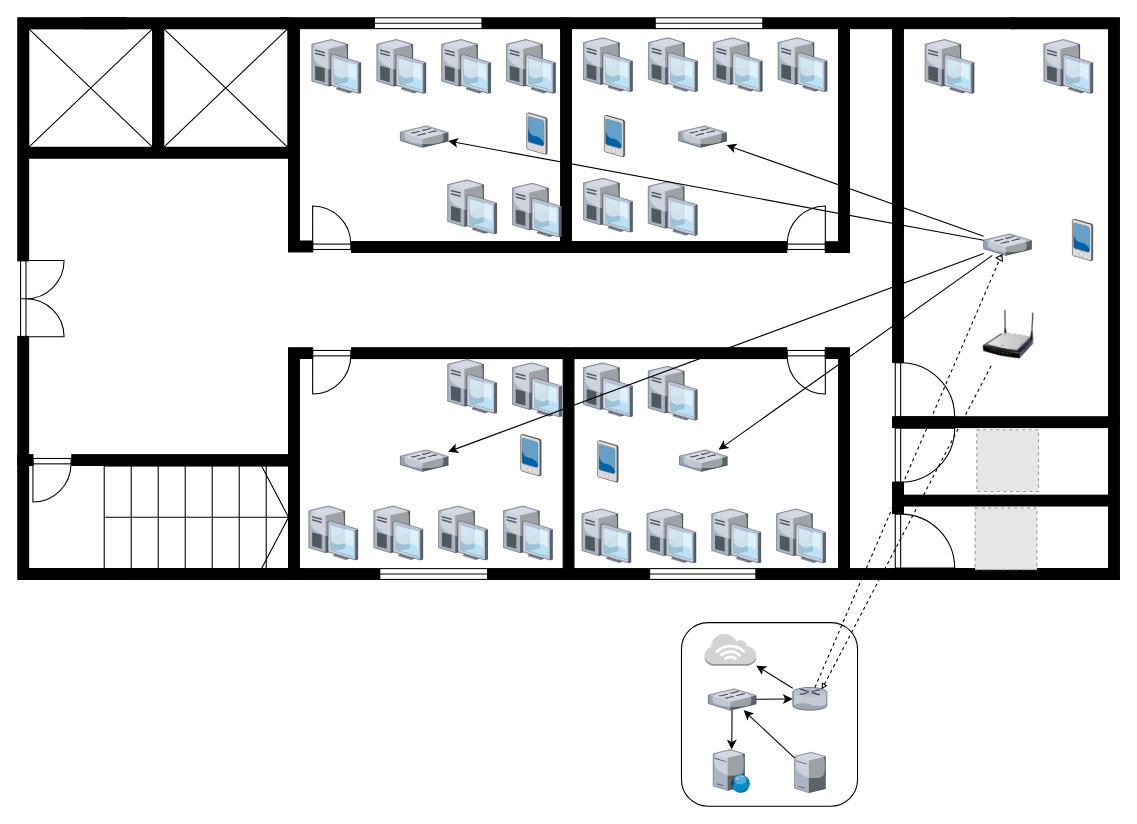
This is page "Page-1" (1 of 6) of Biểu đồ không có tiêu đề.drawio from thdngh/jdz, a draw.io file, before an edit. Source tidied: cells renumbered, new cells numbered last; positions are measured from the earlier drawing's top-left corner, leaving out a move shared by most shapes. Both pictures are drawn from the tidied source at 108%, with x=0, y=0 at pixel (2, 17). Pictures stored in the file or linked from it are replaced by grey dashed boxes.
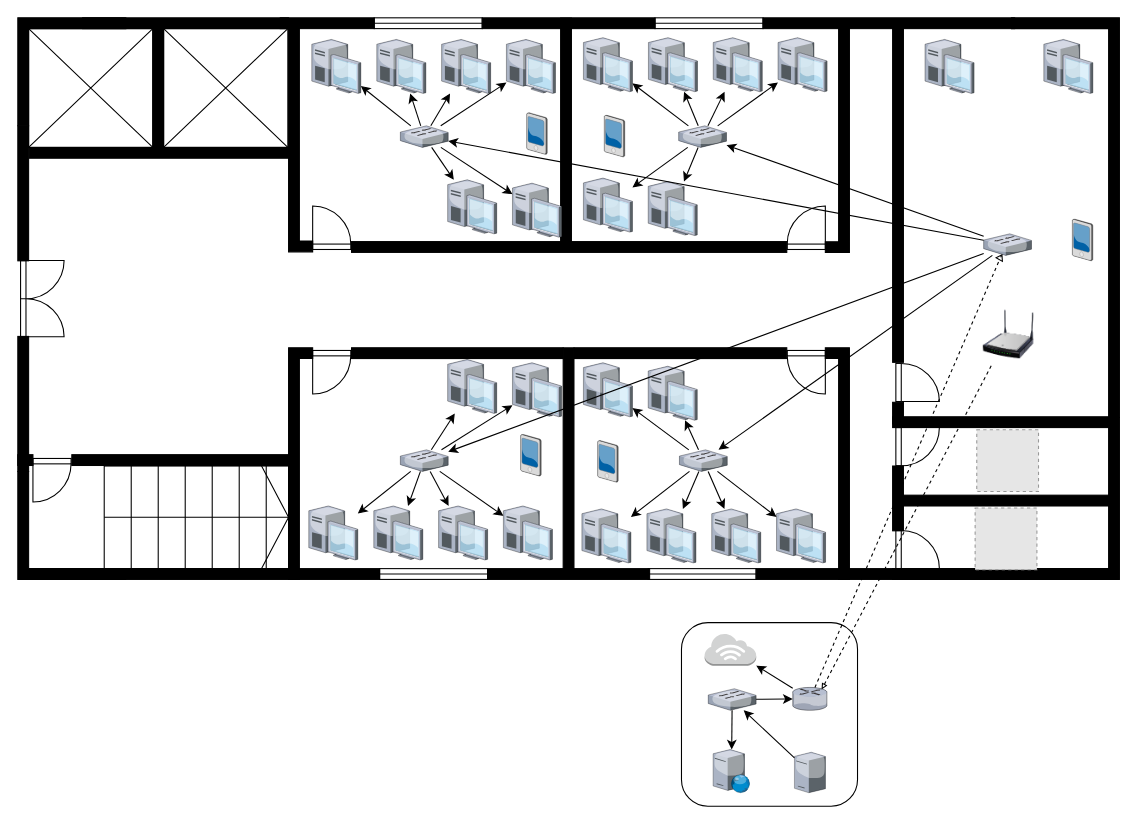
The same diagram, later.

Diff of the diagram source:
```diff
@@
-    <mxCell id="38" style="verticalLabelPosition=bottom;html=1;verticalAlign=top;align=center;shape=mxgraph.floorplan.doorRight;fillColor=none;rotation=-90;" parent="1" vertex="1">
-      <mxGeometry x="828" y="378.4" width="50" height="53.1" as="geometry" />
-    </mxCell>
-    <mxCell id="39" style="verticalLabelPosition=bottom;html=1;verticalAlign=top;align=center;shape=mxgraph.floorplan.doorRight;fillColor=none;rotation=-90;flipV=0;flipH=1;" parent="1" vertex="1">
-      <mxGeometry x="828" y="458" width="50" height="53.1" as="geometry" />
-    </mxCell>
-    <mxCell id="40" style="verticalLabelPosition=bottom;html=1;verticalAlign=top;align=center;shape=mxgraph.floorplan.wall;fillColor=strokeColor;direction=south;" parent="1" vertex="1">
-      <mxGeometry x="824" y="430" width="10" height="29" as="geometry" />
-    </mxCell>
-    <mxCell id="41" style="verticalLabelPosition=bottom;html=1;verticalAlign=top;align=center;shape=mxgraph.floorplan.doorRight;fillColor=none;rotation=-90;flipV=0;flipH=1;" parent="1" vertex="1">
-      <mxGeometry x="828" y="317.9" width="50" height="53.1" as="geometry" />
-    </mxCell>
@@
+    <mxCell id="107" style="verticalLabelPosition=bottom;html=1;verticalAlign=top;align=center;shape=mxgraph.floorplan.wall;fillColor=strokeColor;direction=south;" parent="1" vertex="1">
+      <mxGeometry x="824" y="415" width="10" height="60" as="geometry" />
+    </mxCell>
+    <mxCell id="108" style="verticalLabelPosition=bottom;html=1;verticalAlign=top;align=center;shape=mxgraph.floorplan.doorLeft;fillColor=none;flipH=1;direction=south;" parent="1" vertex="1">
+      <mxGeometry x="827" y="379.4" width="37.5" height="35.3" as="geometry" />
+    </mxCell>
+    <mxCell id="109" style="verticalLabelPosition=bottom;html=1;verticalAlign=top;align=center;shape=mxgraph.floorplan.doorLeft;fillColor=none;flipH=1;direction=south;flipV=1;" parent="1" vertex="1">
+      <mxGeometry x="827" y="474.7" width="37.5" height="35.3" as="geometry" />
+    </mxCell>
+    <mxCell id="110" style="verticalLabelPosition=bottom;html=1;verticalAlign=top;align=center;shape=mxgraph.floorplan.doorLeft;fillColor=none;flipH=1;direction=south;flipV=1;" parent="1" vertex="1">
+      <mxGeometry x="827" y="320" width="37.5" height="35.3" as="geometry" />
+    </mxCell>
+    <mxCell id="111" style="verticalLabelPosition=bottom;html=1;verticalAlign=top;align=center;shape=mxgraph.floorplan.wall;fillColor=strokeColor;direction=south;" parent="1" vertex="1">
+      <mxGeometry x="824" y="356" width="10" height="20" as="geometry" />
+    </mxCell>
+    <mxCell id="112" style="endArrow=classic;html=1;rounded=0;" parent="1" edge="1">
+      <mxGeometry relative="1" as="geometry">
+        <mxPoint x="377.9" y="100" as="sourcePoint" />
+        <mxPoint x="331.6" y="63.1" as="targetPoint" />
+      </mxGeometry>
+    </mxCell>
+    <mxCell id="113" style="endArrow=classic;html=1;rounded=0;" parent="1" edge="1">
+      <mxGeometry relative="1" as="geometry">
+        <mxPoint x="387.1" y="100" as="sourcePoint" />
+        <mxPoint x="377.3" y="70" as="targetPoint" />
+      </mxGeometry>
+    </mxCell>
+    <mxCell id="114" style="endArrow=classic;html=1;rounded=0;" parent="1" edge="1">
+      <mxGeometry relative="1" as="geometry">
+        <mxPoint x="396.4" y="100" as="sourcePoint" />
+        <mxPoint x="414.2" y="70" as="targetPoint" />
+      </mxGeometry>
+    </mxCell>
+    <mxCell id="115" style="endArrow=classic;html=1;rounded=0;" parent="1" edge="1">
+      <mxGeometry relative="1" as="geometry">
+        <mxPoint x="405.6" y="100" as="sourcePoint" />
+        <mxPoint x="466.4" y="60" as="targetPoint" />
+      </mxGeometry>
+    </mxCell>
+    <mxCell id="116" style="endArrow=classic;html=1;rounded=0;" parent="1" edge="1">
+      <mxGeometry relative="1" as="geometry">
+        <mxPoint x="405.7" y="120" as="sourcePoint" />
+        <mxPoint x="472" y="163.3" as="targetPoint" />
+      </mxGeometry>
+    </mxCell>
+    <mxCell id="117" style="endArrow=classic;html=1;rounded=0;" parent="1" edge="1">
+      <mxGeometry relative="1" as="geometry">
+        <mxPoint x="397.2" y="120" as="sourcePoint" />
+        <mxPoint x="417.7" y="150" as="targetPoint" />
+      </mxGeometry>
+    </mxCell>
+    <mxCell id="118" style="endArrow=classic;html=1;rounded=0;" parent="1" edge="1">
+      <mxGeometry relative="1" as="geometry">
+        <mxPoint x="634.9" y="100" as="sourcePoint" />
+        <mxPoint x="583.1" y="60.7" as="targetPoint" />
+      </mxGeometry>
+    </mxCell>
+    <mxCell id="119" style="endArrow=classic;html=1;rounded=0;" parent="1" edge="1">
+      <mxGeometry relative="1" as="geometry">
+        <mxPoint x="644" y="100" as="sourcePoint" />
+        <mxPoint x="630.9" y="68.4" as="targetPoint" />
+      </mxGeometry>
+    </mxCell>
+    <mxCell id="120" style="endArrow=classic;html=1;rounded=0;" parent="1" edge="1">
+      <mxGeometry relative="1" as="geometry">
+        <mxPoint x="634.3" y="120" as="sourcePoint" />
+        <mxPoint x="583.1" y="157" as="targetPoint" />
+      </mxGeometry>
+    </mxCell>
+    <mxCell id="121" style="endArrow=classic;html=1;rounded=0;" parent="1" edge="1">
+      <mxGeometry relative="1" as="geometry">
+        <mxPoint x="653" y="100" as="sourcePoint" />
+        <mxPoint x="668.4" y="68.4" as="targetPoint" />
+      </mxGeometry>
+    </mxCell>
+    <mxCell id="122" style="endArrow=classic;html=1;rounded=0;" parent="1" edge="1">
+      <mxGeometry relative="1" as="geometry">
+        <mxPoint x="662" y="100" as="sourcePoint" />
+        <mxPoint x="717.9" y="59.8" as="targetPoint" />
+      </mxGeometry>
+    </mxCell>
+    <mxCell id="123" style="endArrow=classic;html=1;rounded=0;" parent="1" edge="1">
+      <mxGeometry relative="1" as="geometry">
+        <mxPoint x="643.9" y="120" as="sourcePoint" />
+        <mxPoint x="630.8" y="151.6" as="targetPoint" />
+      </mxGeometry>
+    </mxCell>
+    <mxCell id="124" style="endArrow=classic;html=1;rounded=0;" parent="1" edge="1">
+      <mxGeometry relative="1" as="geometry">
+        <mxPoint x="396.9" y="400" as="sourcePoint" />
+        <mxPoint x="418.6" y="366.3" as="targetPoint" />
+      </mxGeometry>
+    </mxCell>
+    <mxCell id="125" style="endArrow=classic;html=1;rounded=0;" parent="1" edge="1">
+      <mxGeometry relative="1" as="geometry">
+        <mxPoint x="406.3" y="400" as="sourcePoint" />
+        <mxPoint x="472" y="358.7" as="targetPoint" />
+      </mxGeometry>
+    </mxCell>
+    <mxCell id="126" style="endArrow=classic;html=1;rounded=0;" parent="1" edge="1">
+      <mxGeometry relative="1" as="geometry">
+        <mxPoint x="404.7" y="420" as="sourcePoint" />
+        <mxPoint x="463.6" y="461.1" as="targetPoint" />
+      </mxGeometry>
+    </mxCell>
+    <mxCell id="127" style="endArrow=classic;html=1;rounded=0;" parent="1" edge="1">
+      <mxGeometry relative="1" as="geometry">
+        <mxPoint x="395.8" y="420" as="sourcePoint" />
+        <mxPoint x="412.9" y="452" as="targetPoint" />
+      </mxGeometry>
+    </mxCell>
+    <mxCell id="128" style="endArrow=classic;html=1;rounded=0;" parent="1" edge="1">
+      <mxGeometry relative="1" as="geometry">
+        <mxPoint x="386.8" y="420" as="sourcePoint" />
+        <mxPoint x="375.3" y="452" as="targetPoint" />
+      </mxGeometry>
+    </mxCell>
+    <mxCell id="129" style="endArrow=classic;html=1;rounded=0;" parent="1" edge="1">
+      <mxGeometry relative="1" as="geometry">
+        <mxPoint x="377.8" y="420" as="sourcePoint" />
+        <mxPoint x="328.8" y="459" as="targetPoint" />
+      </mxGeometry>
+    </mxCell>
+    <mxCell id="130" style="endArrow=classic;html=1;rounded=0;" parent="1" edge="1">
+      <mxGeometry relative="1" as="geometry">
+        <mxPoint x="635.3" y="400" as="sourcePoint" />
+        <mxPoint x="583.1" y="361.3" as="targetPoint" />
+      </mxGeometry>
+    </mxCell>
+    <mxCell id="131" style="endArrow=classic;html=1;rounded=0;" parent="1" edge="1">
+      <mxGeometry relative="1" as="geometry">
+        <mxPoint x="644.3" y="400" as="sourcePoint" />
+        <mxPoint x="631.8" y="372.6" as="targetPoint" />
+      </mxGeometry>
+    </mxCell>
+    <mxCell id="132" style="endArrow=classic;html=1;rounded=0;" parent="1" edge="1">
+      <mxGeometry relative="1" as="geometry">
+        <mxPoint x="635.9" y="420" as="sourcePoint" />
+        <mxPoint x="581.7" y="462.1" as="targetPoint" />
+      </mxGeometry>
+    </mxCell>
+    <mxCell id="133" style="endArrow=classic;html=1;rounded=0;" parent="1" edge="1">
+      <mxGeometry relative="1" as="geometry">
+        <mxPoint x="644.6" y="420" as="sourcePoint" />
+        <mxPoint x="629.8" y="454.7" as="targetPoint" />
+      </mxGeometry>
+    </mxCell>
+    <mxCell id="134" style="endArrow=classic;html=1;rounded=0;" parent="1" edge="1">
+      <mxGeometry relative="1" as="geometry">
+        <mxPoint x="653.2" y="420" as="sourcePoint" />
+        <mxPoint x="668.3" y="454.7" as="targetPoint" />
+      </mxGeometry>
+    </mxCell>
+    <mxCell id="135" style="endArrow=classic;html=1;rounded=0;" parent="1" edge="1">
+      <mxGeometry relative="1" as="geometry">
+        <mxPoint x="661.8" y="420" as="sourcePoint" />
+        <mxPoint x="716.5" y="462.2" as="targetPoint" />
+      </mxGeometry>
+    </mxCell>
```
